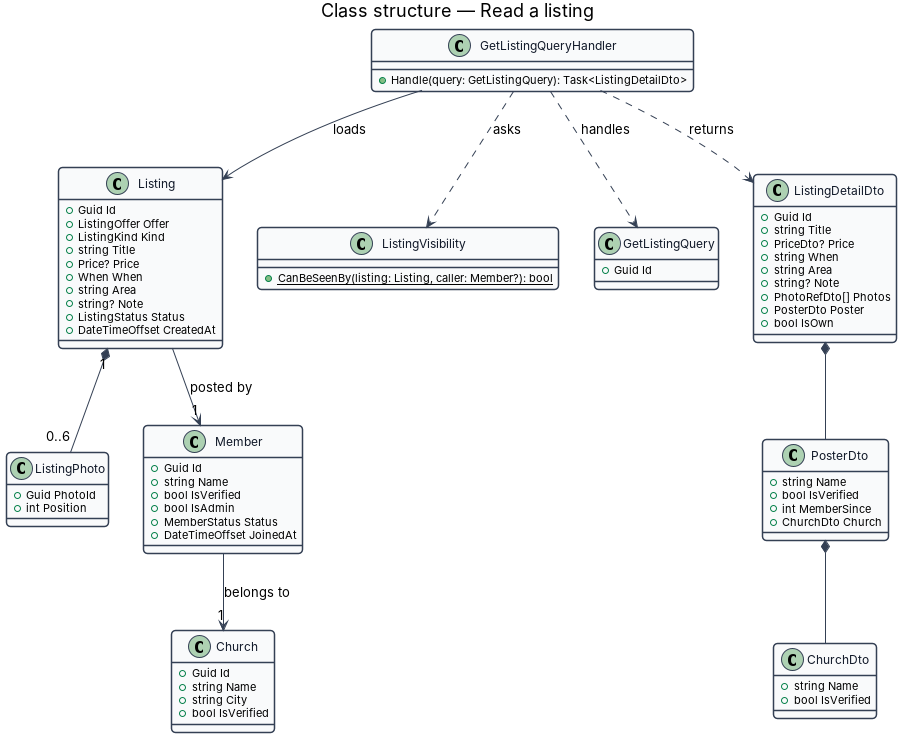
Above: docs/detailed-designs/listing/read-listing/diagrams/class-structure.png in QuinntyneBrown/christian-rent (PlantUML), before the change. Its source is kept beside it as docs/detailed-designs/listing/read-listing/diagrams/class-structure.puml. Source of this version:
```plantuml
@startuml
skinparam backgroundColor #FFFFFF
skinparam shadowing false
skinparam roundcorner 8
skinparam defaultFontName Arial
skinparam ArrowColor #344054
skinparam class {
  BorderColor #344054
  FontColor #101828
  BackgroundColor #F9FAFB
}
title Class structure — Read a listing

class Listing {
  +Guid Id
  +ListingOffer Offer
  +ListingKind Kind
  +string Title
  +Price? Price
  +When When
  +string Area
  +string? Note
  +ListingStatus Status
  +DateTimeOffset CreatedAt
}
class ListingPhoto {
  +Guid PhotoId
  +int Position
}
class Member {
  +Guid Id
  +string Name
  +bool IsVerified
  +bool IsAdmin
  +MemberStatus Status
  +DateTimeOffset JoinedAt
}
class Church {
  +Guid Id
  +string Name
  +string City
  +bool IsVerified
}
class ListingVisibility {
  +{static} CanBeSeenBy(listing: Listing, caller: Member?): bool
}
class GetListingQuery {
  +Guid Id
}
class GetListingQueryHandler {
  +Handle(query: GetListingQuery): Task<ListingDetailDto>
}
class ListingDetailDto {
  +Guid Id
  +string Title
  +PriceDto? Price
  +string When
  +string Area
  +string? Note
  +PhotoRefDto[] Photos
  +PosterDto Poster
  +bool IsOwn
}
class PosterDto {
  +string Name
  +bool IsVerified
  +int MemberSince
  +ChurchDto Church
}
class ChurchDto {
  +string Name
  +bool IsVerified
}
Listing "1" *-- "0..6" ListingPhoto
Listing --> "1" Member : posted by
Member --> "1" Church : belongs to
GetListingQueryHandler ..> GetListingQuery : handles
GetListingQueryHandler ..> ListingVisibility : asks
GetListingQueryHandler --> Listing : loads
GetListingQueryHandler ..> ListingDetailDto : returns
ListingDetailDto *-- PosterDto
PosterDto *-- ChurchDto
@enduml
```
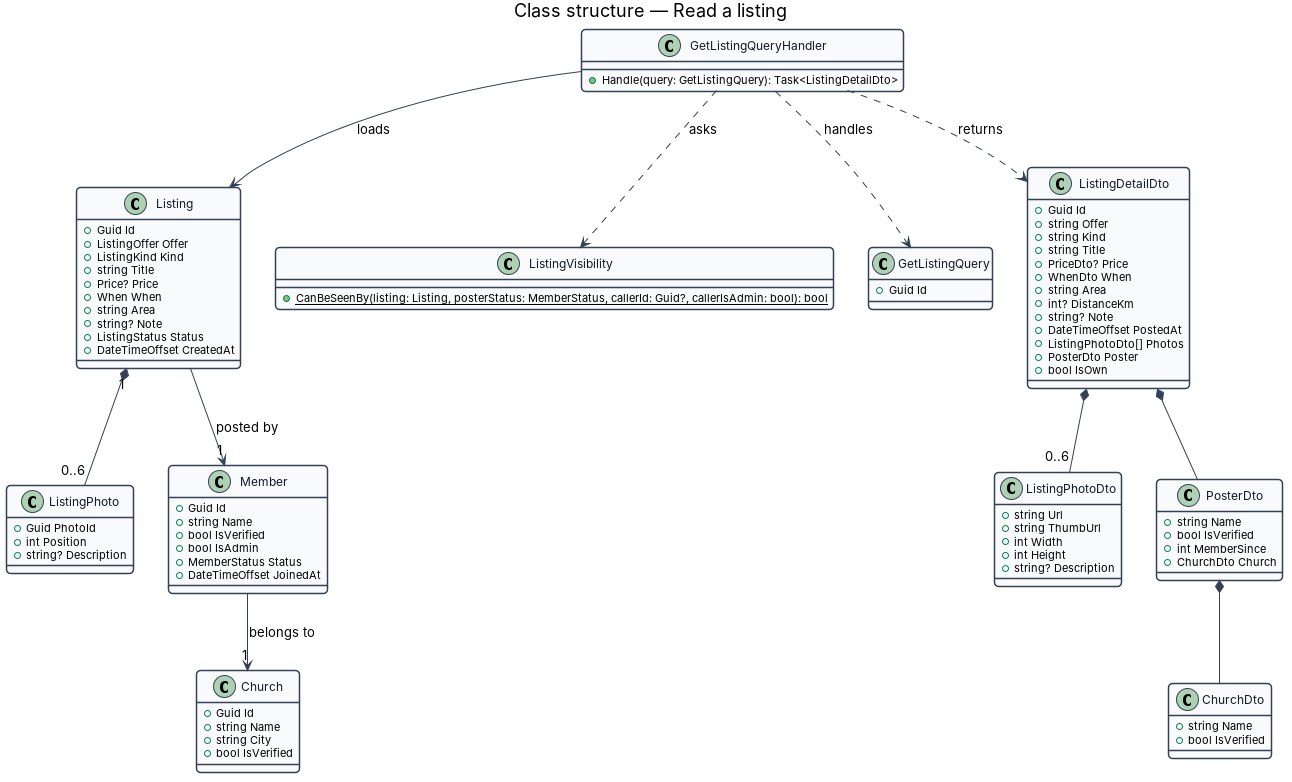
The same file after the commit.

Change to the diagram source:
```diff
@@ -26,6 +26,7 @@
 class ListingPhoto {
   +Guid PhotoId
   +int Position
+  +string? Description
 }
 class Member {
   +Guid Id
@@ -42,7 +43,7 @@
   +bool IsVerified
 }
 class ListingVisibility {
-  +{static} CanBeSeenBy(listing: Listing, caller: Member?): bool
+  +{static} CanBeSeenBy(listing: Listing, posterStatus: MemberStatus, callerId: Guid?, callerIsAdmin: bool): bool
 }
 class GetListingQuery {
   +Guid Id
@@ -52,14 +53,25 @@
 }
 class ListingDetailDto {
   +Guid Id
+  +string Offer
+  +string Kind
   +string Title
   +PriceDto? Price
-  +string When
+  +WhenDto When
   +string Area
+  +int? DistanceKm
   +string? Note
-  +PhotoRefDto[] Photos
+  +DateTimeOffset PostedAt
+  +ListingPhotoDto[] Photos
   +PosterDto Poster
   +bool IsOwn
+}
+class ListingPhotoDto {
+  +string Url
+  +string ThumbUrl
+  +int Width
+  +int Height
+  +string? Description
 }
 class PosterDto {
   +string Name
@@ -79,5 +91,6 @@
 GetListingQueryHandler --> Listing : loads
 GetListingQueryHandler ..> ListingDetailDto : returns
 ListingDetailDto *-- PosterDto
+ListingDetailDto *-- "0..6" ListingPhotoDto
 PosterDto *-- ChurchDto
 @enduml
```
